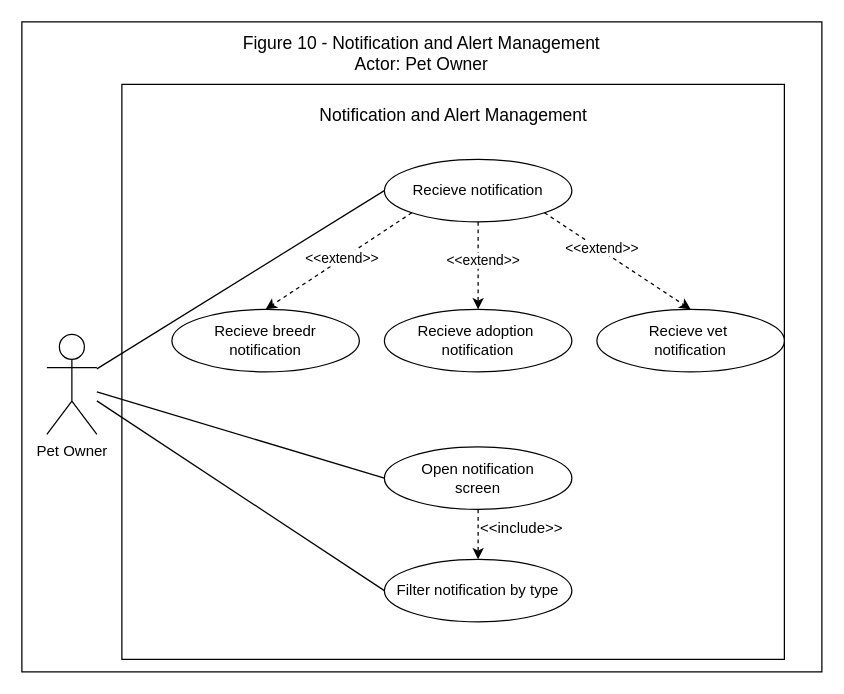
Above: page "Page-10" (10 of 10) of USE-CASE_Diagram_Franco.drawio in Chels013/Breedr-Diagrams (draw.io), before the change. Source tidied: cells renumbered, new cells numbered last; positions are measured from the earlier drawing's top-left corner, leaving out a move shared by most shapes. Both pictures are drawn from the tidied source at 125%, with x=0, y=0 at pixel (21, 21).
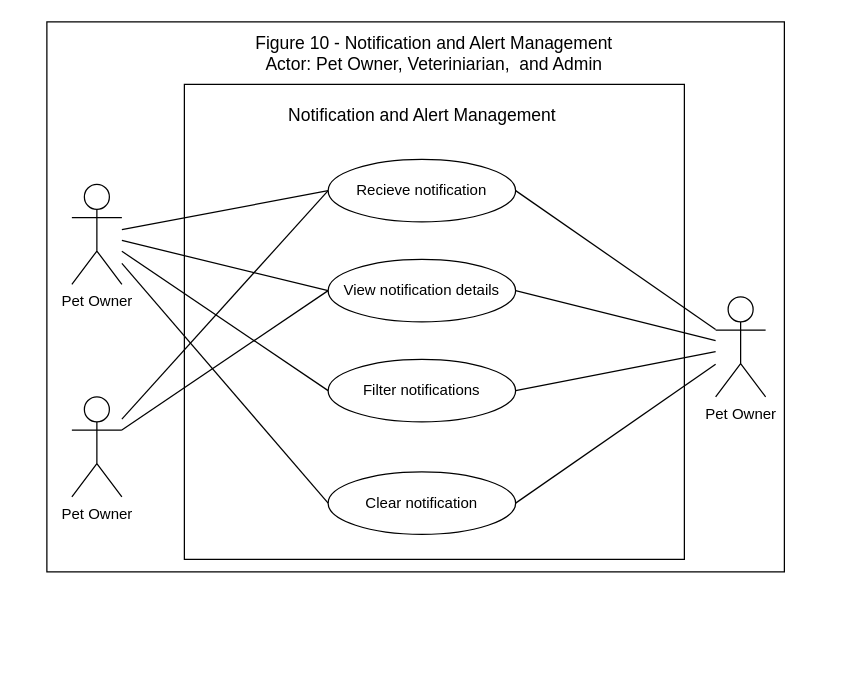
Above is the later version.

Commit message:
i revised the fig 10, Notification and Alert Management

Diff of the diagram source:
```diff
@@
     <mxCell id="2" style="rounded=0;whiteSpace=wrap;html=1;" parent="1" vertex="1">
-      <mxGeometry width="640" height="520" as="geometry" />
+      <mxGeometry x="20" width="590" height="440" as="geometry" />
     </mxCell>
-    <mxCell id="3" value="Figure 10 - Notification and Alert Management&lt;div&gt;Actor: Pet Owner&lt;/div&gt;" style="text;html=1;align=center;verticalAlign=middle;whiteSpace=wrap;rounded=0;fontSize=14;" parent="1" vertex="1">
-      <mxGeometry x="95" y="10" width="450" height="30" as="geometry" />
+    <mxCell id="3" value="Figure 10 - Notification and Alert Management&lt;div&gt;Actor: Pet Owner, Veteriniarian,&amp;nbsp; and Admin&lt;/div&gt;" style="text;html=1;align=center;verticalAlign=middle;whiteSpace=wrap;rounded=0;fontSize=14;" parent="1" vertex="1">
+      <mxGeometry x="105" y="10" width="450" height="30" as="geometry" />
     </mxCell>
     <mxCell id="4" style="rounded=0;whiteSpace=wrap;html=1;" parent="1" vertex="1">
-      <mxGeometry x="80" y="50" width="530" height="460" as="geometry" />
+      <mxGeometry x="130" y="50" width="400" height="380" as="geometry" />
     </mxCell>
     <mxCell id="5" value="&lt;span style=&quot;color: rgb(0, 0, 0);&quot;&gt;Notification and Alert Management&lt;/span&gt;" style="text;html=1;align=center;verticalAlign=middle;whiteSpace=wrap;rounded=0;fontSize=14;" parent="1" vertex="1">
-      <mxGeometry x="197.5" y="60" width="295" height="30" as="geometry" />
+      <mxGeometry x="172.5" y="60" width="295" height="30" as="geometry" />
     </mxCell>
     <mxCell id="6" value="Pet Owner" style="shape=umlActor;verticalLabelPosition=bottom;verticalAlign=top;html=1;outlineConnect=0;" parent="1" vertex="1">
-      <mxGeometry x="20" y="250" width="40" height="80" as="geometry" />
+      <mxGeometry x="40" y="130" width="40" height="80" as="geometry" />
     </mxCell>
     <mxCell id="7" value="Recieve notification" style="ellipse;whiteSpace=wrap;html=1;" parent="1" vertex="1">
-      <mxGeometry x="290" y="110" width="150" height="50" as="geometry" />
+      <mxGeometry x="245" y="110" width="150" height="50" as="geometry" />
     </mxCell>
-    <mxCell id="8" value="Recieve breedr&lt;div&gt;notification&lt;/div&gt;" style="ellipse;whiteSpace=wrap;html=1;" parent="1" vertex="1">
-      <mxGeometry x="120" y="230" width="150" height="50" as="geometry" />
-    </mxCell>
-    <mxCell id="9" value="Recieve vet&amp;nbsp;&lt;div&gt;notification&lt;/div&gt;" style="ellipse;whiteSpace=wrap;html=1;" parent="1" vertex="1">
-      <mxGeometry x="460" y="230" width="150" height="50" as="geometry" />
-    </mxCell>
-    <mxCell id="10" value="Recieve adoption&amp;nbsp;&lt;div&gt;notification&lt;/div&gt;" style="ellipse;whiteSpace=wrap;html=1;" parent="1" vertex="1">
-      <mxGeometry x="290" y="230" width="150" height="50" as="geometry" />
+    <mxCell id="10" value="View notification details" style="ellipse;whiteSpace=wrap;html=1;" parent="1" vertex="1">
+      <mxGeometry x="245" y="190" width="150" height="50" as="geometry" />
     </mxCell>
-    <mxCell id="11" value="Open notification&lt;div&gt;screen&lt;/div&gt;" style="ellipse;whiteSpace=wrap;html=1;" parent="1" vertex="1">
-      <mxGeometry x="290" y="340" width="150" height="50" as="geometry" />
+    <mxCell id="11" value="Filter notifications" style="ellipse;whiteSpace=wrap;html=1;" parent="1" vertex="1">
+      <mxGeometry x="245" y="270" width="150" height="50" as="geometry" />
     </mxCell>
-    <mxCell id="12" value="Filter notification by type" style="ellipse;whiteSpace=wrap;html=1;" parent="1" vertex="1">
-      <mxGeometry x="290" y="430" width="150" height="50" as="geometry" />
+    <mxCell id="12" value="Clear notification" style="ellipse;whiteSpace=wrap;html=1;" parent="1" vertex="1">
+      <mxGeometry x="245" y="360" width="150" height="50" as="geometry" />
     </mxCell>
@@
-    <mxCell id="16" style="html=1;labelBackgroundColor=#ffffff;startArrow=none;startFill=0;startSize=6;endArrow=classic;endFill=1;endSize=6;jettySize=auto;strokeWidth=1;dashed=1;fontSize=14;entryX=0.5;entryY=0;entryDx=0;entryDy=0;exitX=0;exitY=1;exitDx=0;exitDy=0;" parent="1" edge="1" source="7" target="8">
-      <mxGeometry relative="1" as="geometry" />
-    </mxCell>
-    <mxCell id="17" value="&amp;lt;&amp;lt;extend&amp;gt;&amp;gt;" style="edgeLabel;html=1;align=center;verticalAlign=middle;" parent="16" vertex="1">
-      <mxGeometry x="-0.04" y="-1" relative="1" as="geometry" />
-    </mxCell>
-    <mxCell id="18" style="html=1;labelBackgroundColor=#ffffff;startArrow=none;startFill=0;startSize=6;endArrow=classic;endFill=1;endSize=6;jettySize=auto;strokeWidth=1;dashed=1;fontSize=14;entryX=0.5;entryY=0;entryDx=0;entryDy=0;exitX=0.5;exitY=1;exitDx=0;exitDy=0;" parent="1" edge="1" source="7" target="10">
-      <mxGeometry relative="1" as="geometry" />
-    </mxCell>
-    <mxCell id="19" value="&amp;lt;&amp;lt;extend&amp;gt;&amp;gt;" style="edgeLabel;html=1;align=center;verticalAlign=middle;" parent="18" vertex="1">
-      <mxGeometry x="-0.14" y="3" relative="1" as="geometry" />
-    </mxCell>
-    <mxCell id="20" style="html=1;labelBackgroundColor=#ffffff;startArrow=none;startFill=0;startSize=6;endArrow=classic;endFill=1;endSize=6;jettySize=auto;strokeWidth=1;dashed=1;fontSize=14;entryX=0.5;entryY=0;entryDx=0;entryDy=0;exitX=1;exitY=1;exitDx=0;exitDy=0;" parent="1" edge="1" source="7" target="9">
-      <mxGeometry relative="1" as="geometry" />
-    </mxCell>
-    <mxCell id="21" value="&amp;lt;&amp;lt;extend&amp;gt;&amp;gt;" style="edgeLabel;html=1;align=center;verticalAlign=middle;" parent="20" vertex="1">
-      <mxGeometry x="-0.25" y="2" relative="1" as="geometry" />
-    </mxCell>
-    <mxCell id="22" style="html=1;labelBackgroundColor=#ffffff;startArrow=none;startFill=0;startSize=6;endArrow=classic;endFill=1;endSize=6;jettySize=auto;strokeWidth=1;dashed=1;fontSize=14;entryX=0.5;entryY=0;entryDx=0;entryDy=0;exitX=0.5;exitY=1;exitDx=0;exitDy=0;" parent="1" edge="1" source="11" target="12">
-      <mxGeometry relative="1" as="geometry" />
-    </mxCell>
-    <mxCell id="23" value="&amp;lt;&amp;lt;include&amp;gt;&amp;gt;" style="text;html=1;align=center;verticalAlign=middle;whiteSpace=wrap;rounded=0;" parent="1" vertex="1">
-      <mxGeometry x="370" y="390" width="60" height="30" as="geometry" />
-    </mxCell>
+    <mxCell id="24" style="endArrow=none;html=1;entryX=0;entryY=0.5;entryDx=0;entryDy=0;" parent="1" edge="1" source="6" target="10">
+      <mxGeometry relative="1" as="geometry" />
+    </mxCell>
+    <mxCell id="25" value="Pet Owner" style="shape=umlActor;verticalLabelPosition=bottom;verticalAlign=top;html=1;outlineConnect=0;" parent="1" vertex="1">
+      <mxGeometry x="40" y="300" width="40" height="80" as="geometry" />
+    </mxCell>
+    <mxCell id="26" value="Pet Owner" style="shape=umlActor;verticalLabelPosition=bottom;verticalAlign=top;html=1;outlineConnect=0;" parent="1" vertex="1">
+      <mxGeometry x="555" y="220" width="40" height="80" as="geometry" />
+    </mxCell>
+    <mxCell id="27" style="endArrow=none;html=1;exitX=1;exitY=0.5;exitDx=0;exitDy=0;" parent="1" edge="1" source="7" target="26">
+      <mxGeometry relative="1" as="geometry" />
+    </mxCell>
+    <mxCell id="28" style="endArrow=none;html=1;exitX=1;exitY=0.5;exitDx=0;exitDy=0;" parent="1" edge="1" source="10" target="26">
+      <mxGeometry relative="1" as="geometry" />
+    </mxCell>
+    <mxCell id="29" style="endArrow=none;html=1;exitX=1;exitY=0.5;exitDx=0;exitDy=0;" parent="1" edge="1" source="11" target="26">
+      <mxGeometry relative="1" as="geometry" />
+    </mxCell>
+    <mxCell id="30" style="endArrow=none;html=1;exitX=1;exitY=0.5;exitDx=0;exitDy=0;" parent="1" edge="1" source="12" target="26">
+      <mxGeometry relative="1" as="geometry" />
+    </mxCell>
+    <mxCell id="31" style="endArrow=none;html=1;entryX=0;entryY=0.5;entryDx=0;entryDy=0;" parent="1" edge="1" source="25" target="10">
+      <mxGeometry relative="1" as="geometry" />
+    </mxCell>
+    <mxCell id="32" style="endArrow=none;html=1;entryX=0;entryY=0.5;entryDx=0;entryDy=0;" parent="1" edge="1" source="25" target="7">
+      <mxGeometry relative="1" as="geometry" />
+    </mxCell>
```
